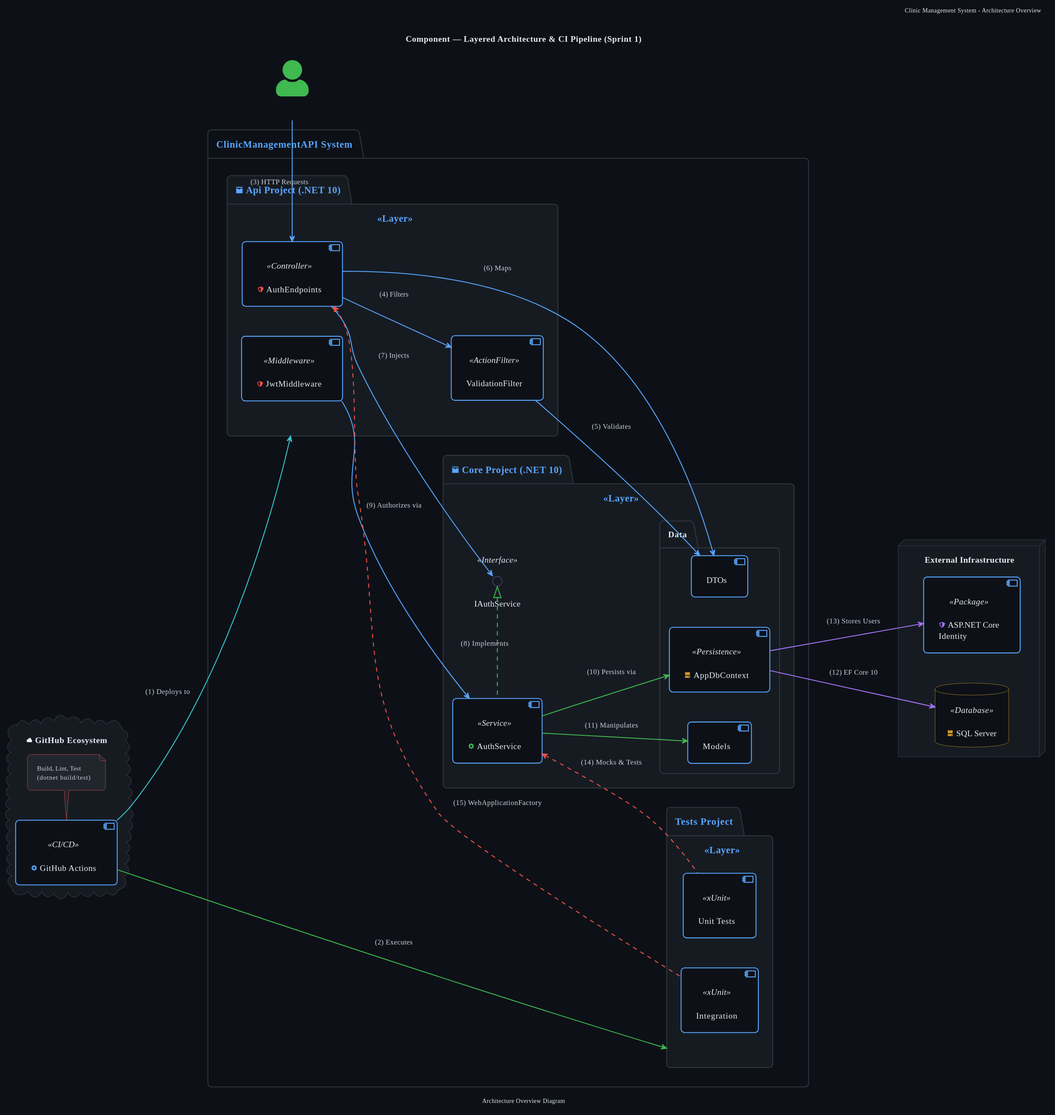
Before: docs/uml/sprint1/exports/component.svg, a diagram exported from PlantUML (Olavenko/clinic-management-api).
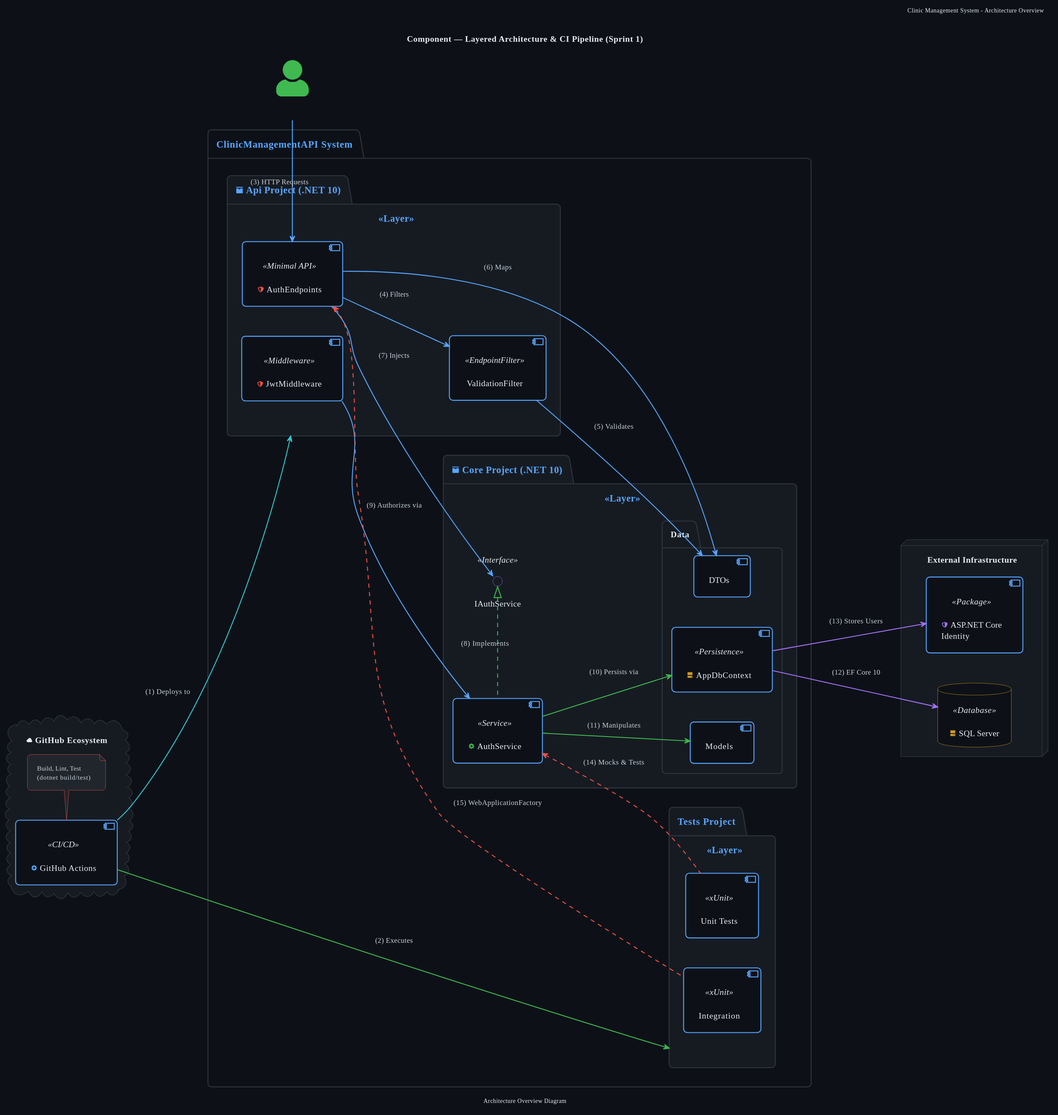
After the change.

Diff of the diagram source:
```diff
@@ -20,9 +20,9 @@
 package "ClinicManagementAPI System" #0D1117 {
 
     package "<color:#58A6FF><&box></color> Api Project (.NET 10)" as API << Layer >> {
-        component "<color:#F85149><&shield></color> AuthEndpoints" as ENDP << Controller >>
+        component "<color:#F85149><&shield></color> AuthEndpoints" as ENDP << Minimal API >>
         component "<color:#F85149><&shield></color> JwtMiddleware" as MW << Middleware >>
-        component "ValidationFilter" as FILT << ActionFilter >>
+        component "ValidationFilter" as FILT << EndpointFilter >>
     }
 
     package "<color:#58A6FF><&box></color> Core Project (.NET 10)" as CORE << Layer >> {
@@ -51,22 +51,32 @@
 
 
 CI -[#39C5CF]down-> API : " (1) Deploys to "
+
 CI -[#3FB950]down-> TESTS : " (2) Executes "
 
 CLIENT -[#58A6FF]right-> ENDP : " (3) HTTP Requests "
+
 ENDP -[#58A6FF]down-> FILT : " (4) Filters "
+
 FILT -[#58A6FF]right-> DTO : " (5) Validates "
+
 ENDP -[#58A6FF]down-> DTO : " (6) Maps "
 
 ENDP -[#58A6FF]down-> INTF : " (7) Injects "
+
 SVC .[#3FB950]left.|> INTF : " (8) Implements "
+
 MW -[#58A6FF]down-> SVC : " (9) Authorizes via "
 
 SVC -[#3FB950]down-> DATA : " (10) Persists via "
+
 SVC -[#3FB950]down-> MOD : " (11) Manipulates "
+
 DATA -[#A371F7]down-> DB : " (12) EF Core 10 "
+
 DATA -[#A371F7]right-> IDENTITY : " (13) Stores Users "
 
 UT .[#F85149]up.> SVC : " (14) Mocks & Tests "
+
 IT .[#F85149]up.> ENDP : " (15) WebApplicationFactory "
 @enduml
```
